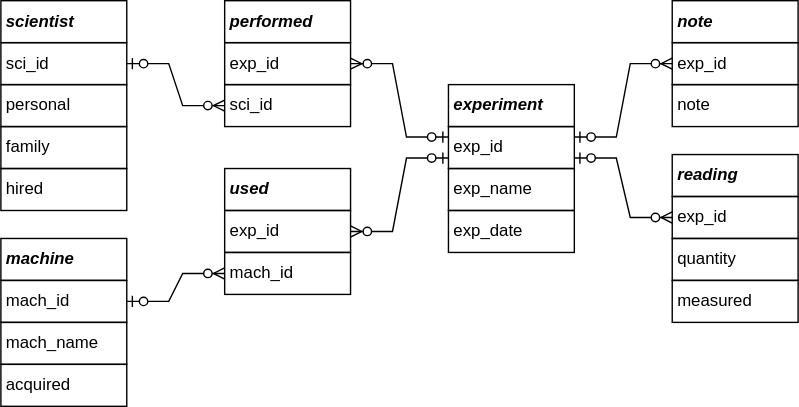
Earlier version of the draw.io export data/schema.svg (gvwilson/sql-tutorial). Source tidied: cells renumbered, new cells last; positions are measured from the earlier drawing's top-left corner, leaving out a move shared by most shapes.
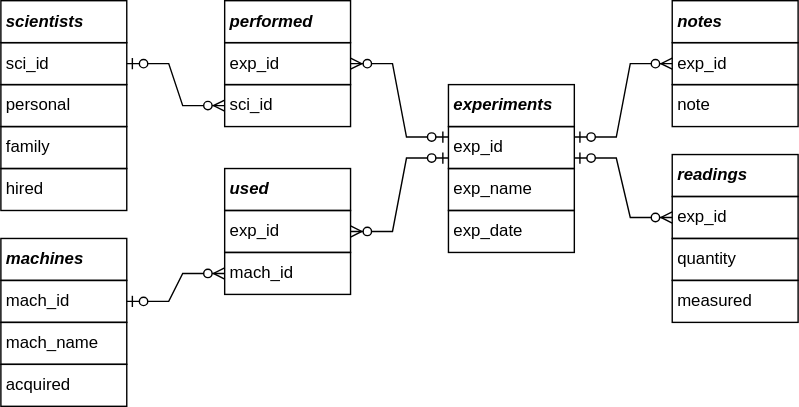
After the change.

What changed in the source:
```diff
@@ -5,7 +5,7 @@
     <mxCell id="2" style="group;" parent="1" vertex="1">
       <mxGeometry x="480" width="90" height="90" as="geometry" />
     </mxCell>
-    <mxCell id="3" value="&lt;b&gt;&lt;i&gt;note&lt;/i&gt;&lt;/b&gt;" style="rounded=0;whiteSpace=wrap;html=1;fillColor=none;align=left;spacingLeft=2;" parent="2" vertex="1">
+    <mxCell id="3" value="&lt;b&gt;&lt;i&gt;notes&lt;/i&gt;&lt;/b&gt;" style="rounded=0;whiteSpace=wrap;html=1;fillColor=none;align=left;spacingLeft=2;" parent="2" vertex="1">
       <mxGeometry width="90" height="30" as="geometry" />
     </mxCell>
     <mxCell id="4" value="exp_id" style="rounded=0;whiteSpace=wrap;html=1;fillColor=none;align=left;spacingLeft=2;" parent="2" vertex="1">
@@ -17,7 +17,7 @@
     <mxCell id="6" style="group;" parent="1" vertex="1">
       <mxGeometry x="480" y="110" width="90" height="120" as="geometry" />
     </mxCell>
-    <mxCell id="7" value="&lt;b&gt;&lt;i&gt;reading&lt;/i&gt;&lt;/b&gt;" style="rounded=0;whiteSpace=wrap;html=1;fillColor=none;align=left;spacingLeft=2;" parent="6" vertex="1">
+    <mxCell id="7" value="&lt;b&gt;&lt;i&gt;readings&lt;/i&gt;&lt;/b&gt;" style="rounded=0;whiteSpace=wrap;html=1;fillColor=none;align=left;spacingLeft=2;" parent="6" vertex="1">
       <mxGeometry width="90" height="30" as="geometry" />
     </mxCell>
     <mxCell id="8" value="exp_id" style="rounded=0;whiteSpace=wrap;html=1;fillColor=none;align=left;spacingLeft=2;" parent="6" vertex="1">
@@ -44,7 +44,7 @@
     <mxCell id="15" style="group;" parent="1" vertex="1">
       <mxGeometry x="320" y="60" width="90" height="120" as="geometry" />
     </mxCell>
-    <mxCell id="16" value="&lt;i&gt;&lt;b&gt;experiment&lt;/b&gt;&lt;/i&gt;" style="rounded=0;whiteSpace=wrap;html=1;fillColor=none;align=left;spacingLeft=2;" parent="15" vertex="1">
+    <mxCell id="16" value="&lt;i&gt;&lt;b&gt;experiments&lt;/b&gt;&lt;/i&gt;" style="rounded=0;whiteSpace=wrap;html=1;fillColor=none;align=left;spacingLeft=2;" parent="15" vertex="1">
       <mxGeometry width="90" height="30" as="geometry" />
     </mxCell>
     <mxCell id="17" value="exp_id" style="rounded=0;whiteSpace=wrap;html=1;fillColor=none;align=left;spacingLeft=2;" parent="15" vertex="1">
@@ -59,7 +59,7 @@
     <mxCell id="20" style="group;" parent="1" vertex="1">
       <mxGeometry width="90" height="150" as="geometry" />
     </mxCell>
-    <mxCell id="21" value="&lt;i&gt;&lt;b&gt;scientist&lt;/b&gt;&lt;/i&gt;" style="rounded=0;whiteSpace=wrap;html=1;fillColor=none;align=left;spacingLeft=2;" parent="20" vertex="1">
+    <mxCell id="21" value="&lt;i&gt;&lt;b&gt;scientists&lt;/b&gt;&lt;/i&gt;" style="rounded=0;whiteSpace=wrap;html=1;fillColor=none;align=left;spacingLeft=2;" parent="20" vertex="1">
       <mxGeometry width="90" height="30" as="geometry" />
     </mxCell>
     <mxCell id="22" value="sci_id" style="rounded=0;whiteSpace=wrap;html=1;fillColor=none;align=left;spacingLeft=2;" parent="20" vertex="1">
@@ -77,7 +77,7 @@
     <mxCell id="26" style="group;" parent="1" vertex="1">
       <mxGeometry y="170" width="90" height="120" as="geometry" />
     </mxCell>
-    <mxCell id="27" value="&lt;b&gt;&lt;i&gt;machine&lt;/i&gt;&lt;/b&gt;" style="rounded=0;whiteSpace=wrap;html=1;fillColor=none;align=left;spacingLeft=2;" parent="26" vertex="1">
+    <mxCell id="27" value="&lt;b&gt;&lt;i&gt;machines&lt;/i&gt;&lt;/b&gt;" style="rounded=0;whiteSpace=wrap;html=1;fillColor=none;align=left;spacingLeft=2;" parent="26" vertex="1">
       <mxGeometry width="90" height="30" as="geometry" />
     </mxCell>
     <mxCell id="28" value="mach_id" style="rounded=0;whiteSpace=wrap;html=1;fillColor=none;align=left;spacingLeft=2;" parent="26" vertex="1">
```
